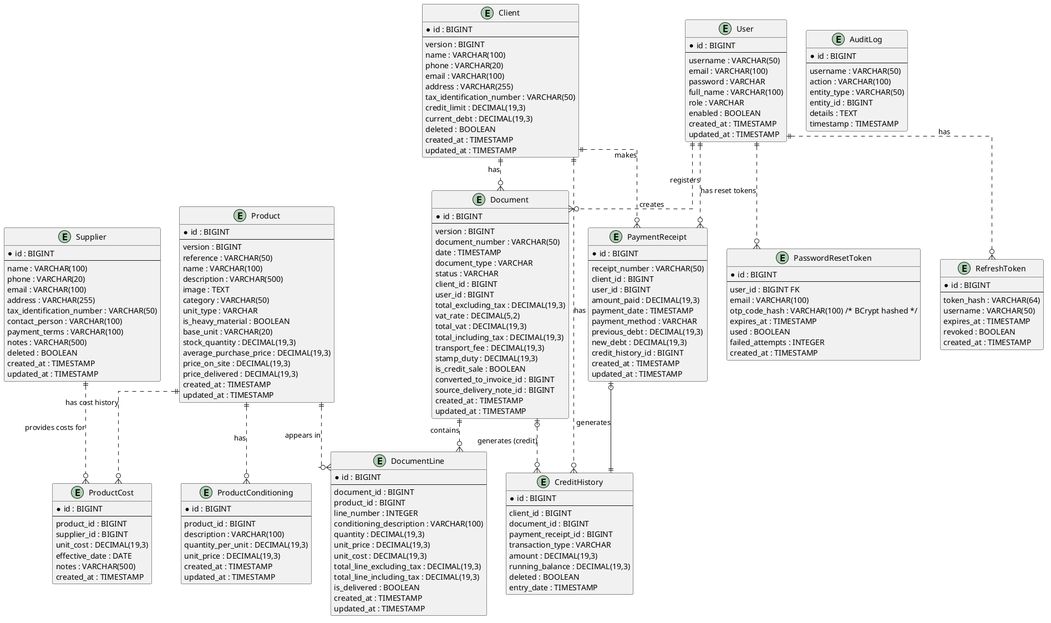
This is docs/images/Hardware-Store-Entity-Relationships.png from mAmineChniti/hardware_store, a PlantUML export, as it was before one commit.
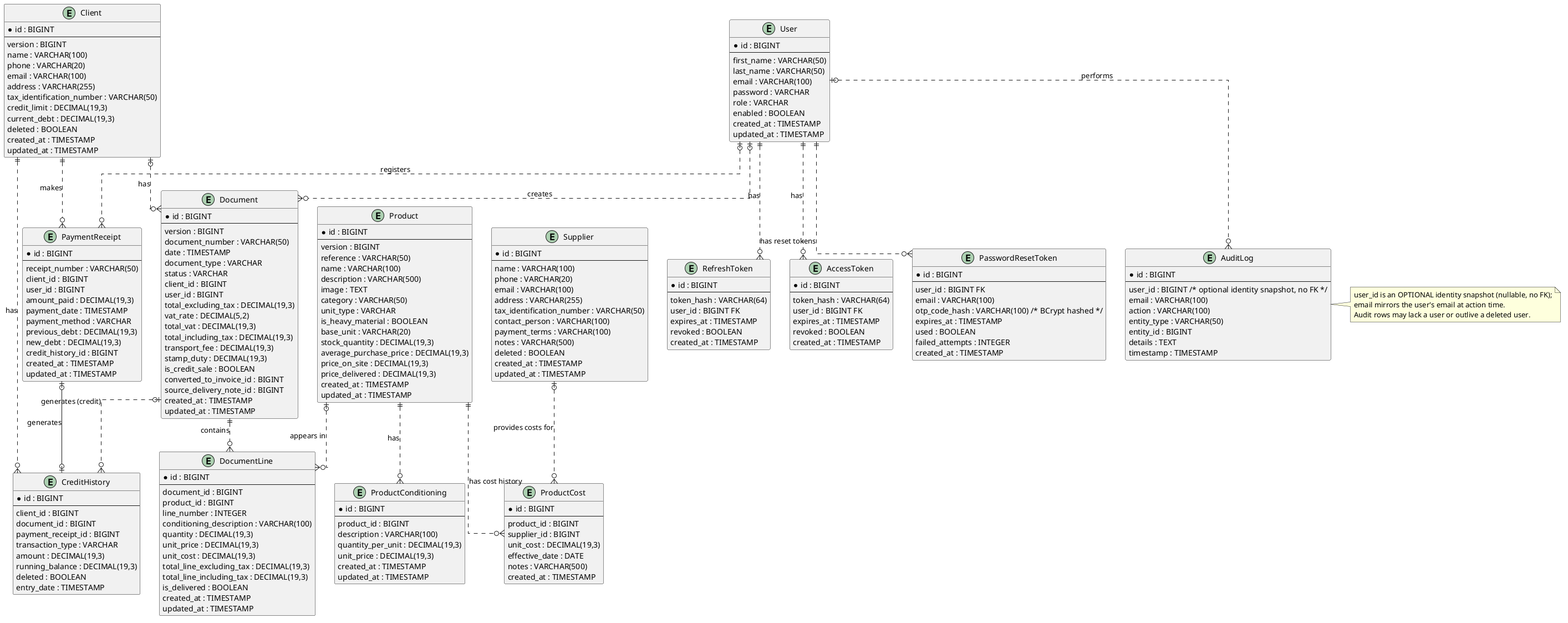
After the change.

Change to the diagram source:
```diff
@@ -5,10 +5,10 @@
 entity "User" as user {
   *id : BIGINT
   --
-  username : VARCHAR(50)
+  first_name : VARCHAR(50)
+  last_name : VARCHAR(50)
   email : VARCHAR(100)
   password : VARCHAR
-  full_name : VARCHAR(100)
   role : VARCHAR
   enabled : BOOLEAN
   created_at : TIMESTAMP
@@ -161,7 +161,8 @@
 entity "AuditLog" as audit_log {
   *id : BIGINT
   --
-  username : VARCHAR(50)
+  user_id : BIGINT /* optional identity snapshot, no FK */
+  email : VARCHAR(100)
   action : VARCHAR(100)
   entity_type : VARCHAR(50)
   entity_id : BIGINT
@@ -169,11 +170,27 @@
   timestamp : TIMESTAMP
 }
 
+note right of audit_log
+  user_id is an OPTIONAL identity snapshot (nullable, no FK);
+  email mirrors the user's email at action time.
+  Audit rows may lack a user or outlive a deleted user.
+end note
+
 entity "RefreshToken" as refresh_token {
   *id : BIGINT
   --
   token_hash : VARCHAR(64)
-  username : VARCHAR(50)
+  user_id : BIGINT FK
+  expires_at : TIMESTAMP
+  revoked : BOOLEAN
+  created_at : TIMESTAMP
+}
+
+entity "AccessToken" as access_token {
+  *id : BIGINT
+  --
+  token_hash : VARCHAR(64)
+  user_id : BIGINT FK
   expires_at : TIMESTAMP
   revoked : BOOLEAN
   created_at : TIMESTAMP
@@ -192,24 +209,26 @@
 }
 
 
-user ||..o{ document : "creates"
-user ||..o{ payment_receipt : "registers"
+user |o..o{ document : "creates"
+user |o..o{ payment_receipt : "registers"
 user ||..o{ refresh_token : "has"
+user ||..o{ access_token : "has"
 user ||..o{ password_reset_token : "has reset tokens"
+user |o..o{ audit_log : "performs"
 
-client ||..o{ document : "has"
+client |o..o{ document : "has"
 client ||..o{ payment_receipt : "makes"
 client ||..o{ credit_history : "has"
 
 product ||..o{ conditioning : "has"
 product ||..o{ product_cost : "has cost history"
-product ||..o{ document_line : "appears in"
+product |o..o{ document_line : "appears in"
 
-supplier ||..o{ product_cost : "provides costs for"
+supplier |o..o{ product_cost : "provides costs for"
 
 document ||..o{ document_line : "contains"
 document |o..o{ credit_history : "generates (credit)"
 
-payment_receipt |o--|| credit_history : "generates"
+payment_receipt |o--o| credit_history : "generates"
 
 @enduml
```
